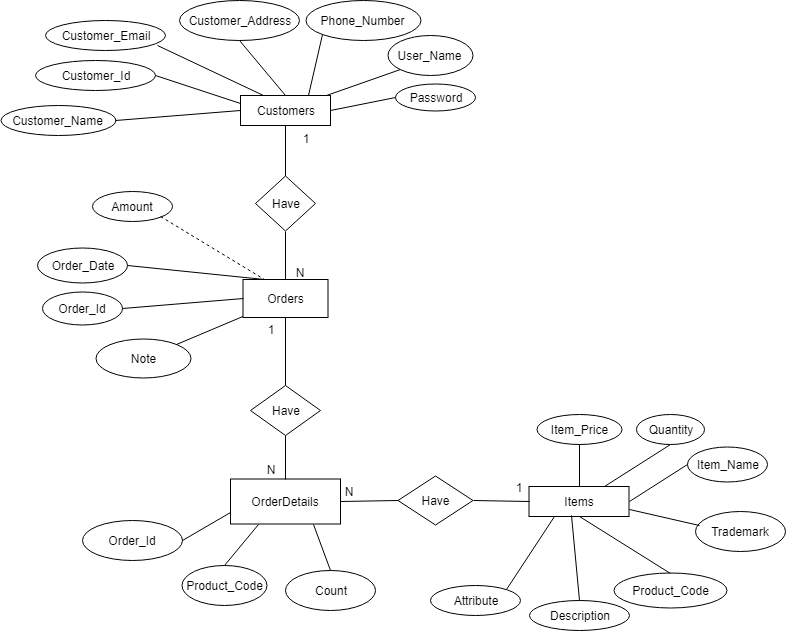
Before: Document/Database/ERD.png, a diagram exported from draw.io (LinhNguyennnn/Shop_HeadPhone_G03). Source tidied: cells renumbered, new cells last; positions are measured from the earlier drawing's top-left corner, leaving out a move shared by most shapes.
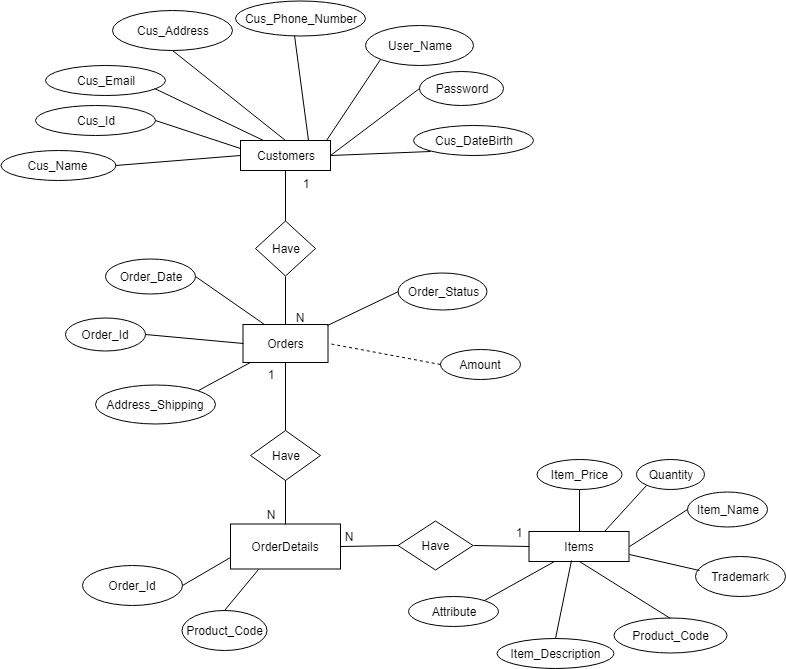
Later version of the same file.

Change to the diagram source:
```diff
@@ -8,20 +8,20 @@
     <mxCell id="3" value="Items" style="rounded=0;whiteSpace=wrap;html=1;" parent="1" vertex="1">
       <mxGeometry x="528.5" y="486" width="100" height="30" as="geometry" />
     </mxCell>
-    <mxCell id="4" value="Customer_Name" style="ellipse;whiteSpace=wrap;html=1;" parent="1" vertex="1">
+    <mxCell id="4" value="Cus_Name" style="ellipse;whiteSpace=wrap;html=1;" parent="1" vertex="1">
       <mxGeometry y="105" width="115" height="30" as="geometry" />
     </mxCell>
-    <mxCell id="5" value="Customer_Id" style="ellipse;whiteSpace=wrap;html=1;" parent="1" vertex="1">
+    <mxCell id="5" value="Cus_Id" style="ellipse;whiteSpace=wrap;html=1;" parent="1" vertex="1">
       <mxGeometry x="35" y="60" width="120" height="30" as="geometry" />
     </mxCell>
-    <mxCell id="6" value="Customer_Address" style="ellipse;whiteSpace=wrap;html=1;" parent="1" vertex="1">
-      <mxGeometry x="179" width="120" height="40" as="geometry" />
+    <mxCell id="6" value="Cus_Address" style="ellipse;whiteSpace=wrap;html=1;" parent="1" vertex="1">
+      <mxGeometry x="111.5" y="-35" width="120" height="40" as="geometry" />
     </mxCell>
-    <mxCell id="7" value="Customer_Email" style="ellipse;whiteSpace=wrap;html=1;" parent="1" vertex="1">
+    <mxCell id="7" value="Cus_Email" style="ellipse;whiteSpace=wrap;html=1;" parent="1" vertex="1">
       <mxGeometry x="45" y="20" width="120" height="30" as="geometry" />
     </mxCell>
-    <mxCell id="8" value="Phone_Number" style="ellipse;whiteSpace=wrap;html=1;" parent="1" vertex="1">
-      <mxGeometry x="305" width="115" height="40" as="geometry" />
+    <mxCell id="8" value="Cus_Phone_Number" style="ellipse;whiteSpace=wrap;html=1;" parent="1" vertex="1">
+      <mxGeometry x="235" y="-45" width="130" height="35" as="geometry" />
     </mxCell>
     <mxCell id="9" style="endArrow=none;html=1;entryX=0;entryY=0.5;entryDx=0;entryDy=0;exitX=1;exitY=0.5;exitDx=0;exitDy=0;" parent="1" edge="1" source="4" target="2">
       <mxGeometry relative="1" as="geometry" />
@@ -29,20 +29,20 @@
     <mxCell id="10" style="endArrow=none;html=1;entryX=0;entryY=0.25;entryDx=0;entryDy=0;exitX=1;exitY=0.5;exitDx=0;exitDy=0;" parent="1" edge="1" source="5" target="2">
       <mxGeometry relative="1" as="geometry" />
     </mxCell>
-    <mxCell id="11" style="endArrow=none;html=1;entryX=0.25;entryY=0;entryDx=0;entryDy=0;exitX=0.933;exitY=0.833;exitDx=0;exitDy=0;exitPerimeter=0;" parent="1" edge="1" source="7" target="2">
+    <mxCell id="11" style="endArrow=none;html=1;entryX=0.25;entryY=0;entryDx=0;entryDy=0;exitX=0.908;exitY=0.767;exitDx=0;exitDy=0;exitPerimeter=0;" parent="1" edge="1" source="7" target="2">
       <mxGeometry relative="1" as="geometry" />
     </mxCell>
     <mxCell id="12" style="endArrow=none;html=1;entryX=0.5;entryY=1;entryDx=0;entryDy=0;exitX=0.5;exitY=0;exitDx=0;exitDy=0;" parent="1" edge="1" source="2" target="6">
       <mxGeometry relative="1" as="geometry" />
     </mxCell>
-    <mxCell id="13" style="endArrow=none;html=1;entryX=0;entryY=1;entryDx=0;entryDy=0;exitX=0.75;exitY=0;exitDx=0;exitDy=0;" parent="1" edge="1" source="2" target="8">
+    <mxCell id="13" style="endArrow=none;html=1;exitX=0.75;exitY=0;exitDx=0;exitDy=0;entryX=0.454;entryY=1;entryDx=0;entryDy=0;entryPerimeter=0;" parent="1" edge="1" source="2" target="8">
       <mxGeometry relative="1" as="geometry" />
     </mxCell>
     <mxCell id="14" value="Item_Name" style="ellipse;whiteSpace=wrap;html=1;" parent="1" vertex="1">
       <mxGeometry x="686.5" y="446" width="80" height="35" as="geometry" />
     </mxCell>
-    <mxCell id="15" value="Description" style="ellipse;whiteSpace=wrap;html=1;" parent="1" vertex="1">
-      <mxGeometry x="528.5" y="600" width="100" height="30" as="geometry" />
+    <mxCell id="15" value="Item_Description" style="ellipse;whiteSpace=wrap;html=1;" parent="1" vertex="1">
+      <mxGeometry x="496.5" y="592.5" width="117" height="30" as="geometry" />
     </mxCell>
     <mxCell id="16" value="Item_Price" style="ellipse;whiteSpace=wrap;html=1;" parent="1" vertex="1">
       <mxGeometry x="536" y="414" width="85" height="30" as="geometry" />
@@ -54,7 +54,7 @@
       <mxGeometry x="613.5" y="572.5" width="113" height="35" as="geometry" />
     </mxCell>
     <mxCell id="19" value="&lt;span&gt;Attribute&lt;/span&gt;&lt;br&gt;" style="ellipse;whiteSpace=wrap;html=1;" parent="1" vertex="1">
-      <mxGeometry x="429.5" y="585" width="90" height="30" as="geometry" />
+      <mxGeometry x="407.5" y="551" width="90" height="30" as="geometry" />
     </mxCell>
     <mxCell id="20" value="Quantity" style="ellipse;whiteSpace=wrap;html=1;" parent="1" vertex="1">
       <mxGeometry x="636" y="414" width="68" height="30" as="geometry" />
@@ -77,7 +77,7 @@
     <mxCell id="26" style="endArrow=none;html=1;entryX=1;entryY=0.5;entryDx=0;entryDy=0;exitX=0;exitY=0.5;exitDx=0;exitDy=0;" parent="1" edge="1" source="14" target="3">
       <mxGeometry relative="1" as="geometry" />
     </mxCell>
-    <mxCell id="27" style="endArrow=none;html=1;entryX=0.5;entryY=1;entryDx=0;entryDy=0;exitX=0.75;exitY=0;exitDx=0;exitDy=0;" parent="1" edge="1" source="3" target="20">
+    <mxCell id="27" style="endArrow=none;html=1;entryX=0;entryY=1;entryDx=0;entryDy=0;exitX=0.75;exitY=0;exitDx=0;exitDy=0;" parent="1" edge="1" source="3" target="20">
       <mxGeometry relative="1" as="geometry" />
     </mxCell>
     <mxCell id="28" value="1" style="text;html=1;align=left;verticalAlign=top;spacingTop=-4;" parent="1" vertex="1">
@@ -87,13 +87,13 @@
       <mxGeometry x="242.5" y="279" width="85" height="38" as="geometry" />
     </mxCell>
     <mxCell id="30" value="Order_Id" style="ellipse;whiteSpace=wrap;html=1;" parent="1" vertex="1">
-      <mxGeometry x="41.5" y="291" width="80" height="33" as="geometry" />
+      <mxGeometry x="65" y="272" width="80" height="33" as="geometry" />
     </mxCell>
     <mxCell id="31" value="Order_Date" style="ellipse;whiteSpace=wrap;html=1;" parent="1" vertex="1">
-      <mxGeometry x="36.5" y="247" width="90" height="35" as="geometry" />
+      <mxGeometry x="105" y="213" width="90" height="35" as="geometry" />
     </mxCell>
-    <mxCell id="32" value="Note" style="ellipse;whiteSpace=wrap;html=1;" parent="1" vertex="1">
-      <mxGeometry x="95" y="338.5" width="95" height="39" as="geometry" />
+    <mxCell id="32" value="Address_Shipping" style="ellipse;whiteSpace=wrap;html=1;" parent="1" vertex="1">
+      <mxGeometry x="95" y="339" width="120" height="39" as="geometry" />
     </mxCell>
     <mxCell id="33" style="endArrow=none;html=1;entryX=1;entryY=0;entryDx=0;entryDy=0;" parent="1" edge="1" source="29" target="32">
       <mxGeometry relative="1" as="geometry" />
@@ -125,15 +125,9 @@
     <mxCell id="42" value="Order_Id" style="ellipse;whiteSpace=wrap;html=1;" parent="1" vertex="1">
       <mxGeometry x="81.5" y="520" width="100" height="40" as="geometry" />
     </mxCell>
-    <mxCell id="43" value="Count" style="ellipse;whiteSpace=wrap;html=1;" parent="1" vertex="1">
-      <mxGeometry x="285" y="570" width="90" height="40" as="geometry" />
-    </mxCell>
     <mxCell id="44" style="endArrow=none;html=1;entryX=0;entryY=0.75;entryDx=0;entryDy=0;exitX=1;exitY=0.5;exitDx=0;exitDy=0;" parent="1" edge="1" source="42" target="41">
       <mxGeometry relative="1" as="geometry" />
     </mxCell>
-    <mxCell id="45" style="endArrow=none;html=1;entryX=0.75;entryY=1;entryDx=0;entryDy=0;exitX=0.5;exitY=0;exitDx=0;exitDy=0;" parent="1" edge="1" source="43" target="41">
-      <mxGeometry relative="1" as="geometry" />
-    </mxCell>
     <mxCell id="46" value="Have" style="rhombus;whiteSpace=wrap;html=1;" parent="1" vertex="1">
       <mxGeometry x="250" y="385" width="70" height="50" as="geometry" />
     </mxCell>
@@ -165,7 +159,7 @@
       <mxGeometry x="497.5" y="477" width="40" height="20" as="geometry" />
     </mxCell>
     <mxCell id="56" value="&lt;span&gt;Amount&lt;/span&gt;" style="ellipse;whiteSpace=wrap;html=1;" parent="1" vertex="1">
-      <mxGeometry x="91.5" y="190.5" width="80" height="30" as="geometry" />
+      <mxGeometry x="439.5" y="303.5" width="80" height="30" as="geometry" />
     </mxCell>
     <mxCell id="57" value="Product_Code" style="ellipse;whiteSpace=wrap;html=1;" parent="1" vertex="1">
       <mxGeometry x="181.5" y="565" width="85" height="40" as="geometry" />
@@ -174,10 +168,10 @@
       <mxGeometry relative="1" as="geometry" />
     </mxCell>
     <mxCell id="59" value="Password" style="ellipse;whiteSpace=wrap;html=1;" parent="1" vertex="1">
-      <mxGeometry x="394.5" y="83" width="80" height="27" as="geometry" />
+      <mxGeometry x="418.5" y="26" width="84" height="34" as="geometry" />
     </mxCell>
     <mxCell id="60" value="User_Name" style="ellipse;whiteSpace=wrap;html=1;" parent="1" vertex="1">
-      <mxGeometry x="387" y="35" width="85" height="40" as="geometry" />
+      <mxGeometry x="364.5" y="-20" width="108" height="40" as="geometry" />
     </mxCell>
     <mxCell id="61" style="endArrow=none;html=1;entryX=0;entryY=1;entryDx=0;entryDy=0;exitX=0.956;exitY=0;exitDx=0;exitDy=0;exitPerimeter=0;" parent="1" edge="1" source="2" target="60">
       <mxGeometry relative="1" as="geometry" />
@@ -185,8 +179,20 @@
     <mxCell id="62" style="endArrow=none;html=1;entryX=0;entryY=0.5;entryDx=0;entryDy=0;exitX=1;exitY=0.5;exitDx=0;exitDy=0;" parent="1" edge="1" source="2" target="59">
       <mxGeometry relative="1" as="geometry" />
     </mxCell>
-    <mxCell id="63" style="endArrow=none;dashed=1;html=1;entryX=0.25;entryY=0;entryDx=0;entryDy=0;exitX=1;exitY=1;exitDx=0;exitDy=0;" parent="1" edge="1" source="56" target="29">
+    <mxCell id="63" style="endArrow=none;dashed=1;html=1;entryX=1;entryY=0.5;entryDx=0;entryDy=0;exitX=0;exitY=0.5;exitDx=0;exitDy=0;" parent="1" edge="1" source="56" target="29">
       <mxGeometry relative="1" as="geometry" />
     </mxCell>
+    <mxCell id="64" value="Cus_DateBirth" style="ellipse;whiteSpace=wrap;html=1;" parent="1" vertex="1">
+      <mxGeometry x="412.5" y="80" width="120" height="30" as="geometry" />
+    </mxCell>
+    <mxCell id="65" style="endArrow=none;html=1;entryX=0;entryY=1;entryDx=0;entryDy=0;exitX=1;exitY=0.5;exitDx=0;exitDy=0;" parent="1" edge="1" source="2" target="64">
+      <mxGeometry relative="1" as="geometry" />
+    </mxCell>
+    <mxCell id="66" value="Order_Status" style="ellipse;whiteSpace=wrap;html=1;" parent="1" vertex="1">
+      <mxGeometry x="397.5" y="227.5" width="89" height="37" as="geometry" />
+    </mxCell>
+    <mxCell id="67" style="endArrow=none;html=1;entryX=0.994;entryY=0.026;entryDx=0;entryDy=0;exitX=0;exitY=0.5;exitDx=0;exitDy=0;entryPerimeter=0;" parent="1" edge="1" source="66" target="29">
+      <mxGeometry relative="1" as="geometry" />
+    </mxCell>
   </root>
 </mxGraphModel>
```
